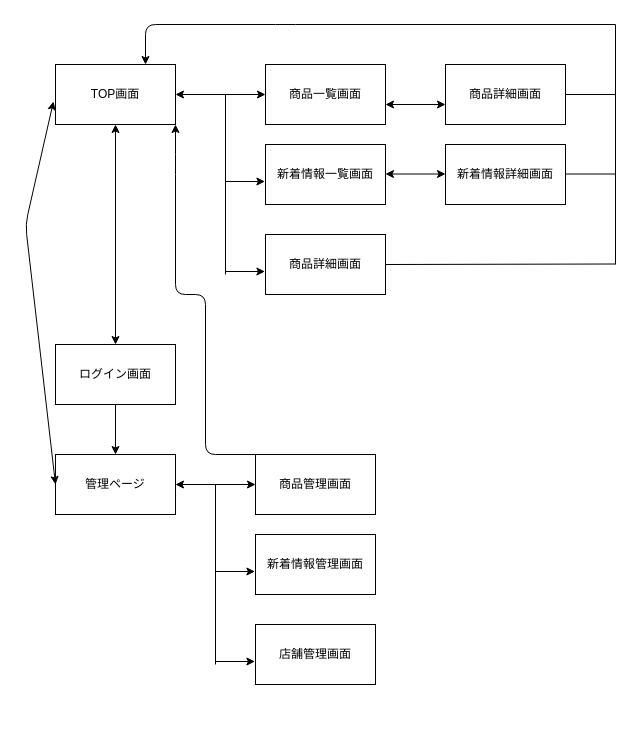
Above: config/Transition.dio in waaawoo/kuriyosi (draw.io), before the change. Source tidied: cells renumbered, new cells numbered last; positions are measured from the earlier drawing's top-left corner, leaving out a move shared by most shapes. Both pictures are drawn from the tidied source at 100%, with x=0, y=0 at pixel (25, 24).
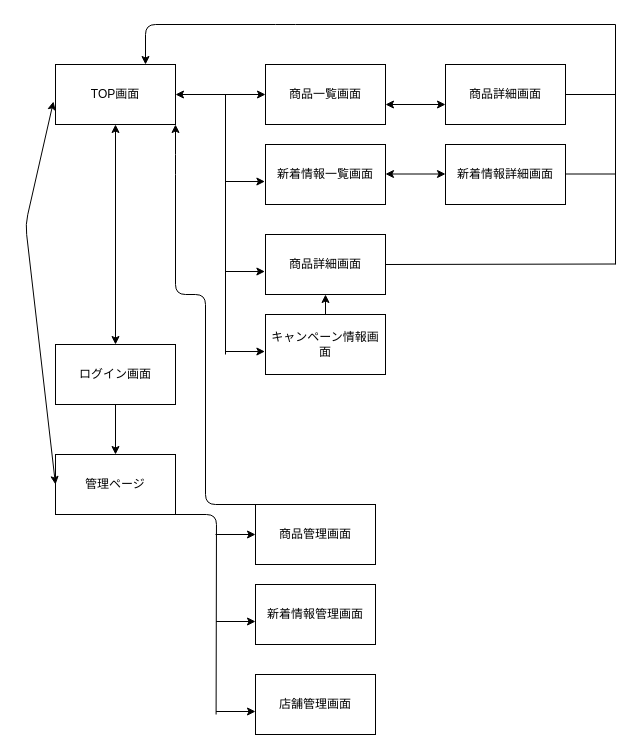
Above is the later version.

The change refers to these unchanged cells:
```xml
<mxCell id="2" value="TOP画面" style="rounded=0;whiteSpace=wrap;html=1;" parent="1" vertex="1">
  <mxGeometry x="30" y="40" width="120" height="60" as="geometry" />
</mxCell>
<mxCell id="4" value="管理ページ" style="rounded=0;whiteSpace=wrap;html=1;" parent="1" vertex="1">
  <mxGeometry x="30" y="430" width="120" height="60" as="geometry" />
</mxCell>
<mxCell id="24" value="商品詳細画面" style="rounded=0;whiteSpace=wrap;html=1;" parent="1" vertex="1">
  <mxGeometry x="240" y="210" width="120" height="60" as="geometry" />
</mxCell>
```

The edit, as a diff of the source:
```diff
@@
     <mxCell id="5" value="商品管理画面" style="rounded=0;whiteSpace=wrap;html=1;" parent="1" vertex="1">
-      <mxGeometry x="230" y="430" width="120" height="60" as="geometry" />
+      <mxGeometry x="230" y="480" width="120" height="60" as="geometry" />
     </mxCell>
@@
-    <mxCell id="9" style="endArrow=classic;startArrow=classic;html=1;exitX=1;exitY=0.5;exitDx=0;exitDy=0;entryX=0;entryY=0.5;entryDx=0;entryDy=0;" parent="1" edge="1" source="4" target="5">
-      <mxGeometry relative="1" as="geometry" />
-    </mxCell>
@@
     <mxCell id="15" style="endArrow=classic;html=1;exitX=0.5;exitY=0;exitDx=0;exitDy=0;entryX=1;entryY=1;entryDx=0;entryDy=0;" parent="1" edge="1" source="5" target="2">
       <mxGeometry relative="1" as="geometry">
         <Array as="points">
-          <mxPoint x="180" y="430" />
+          <mxPoint x="180" y="480" />
           <mxPoint x="180" y="270" />
           <mxPoint x="150" y="270" />
           <mxPoint x="150" y="140" />
         </Array>
       </mxGeometry>
     </mxCell>
@@
     <mxCell id="22" style="endArrow=none;html=1;" parent="1" edge="1">
       <mxGeometry relative="1" as="geometry">
-        <mxPoint x="200" y="250" as="sourcePoint" />
+        <mxPoint x="200" y="330" as="sourcePoint" />
         <mxPoint x="200" y="70" as="targetPoint" />
       </mxGeometry>
     </mxCell>
@@
     <mxCell id="27" value="新着情報管理画面" style="rounded=0;whiteSpace=wrap;html=1;" parent="1" vertex="1">
-      <mxGeometry x="230" y="510" width="120" height="60" as="geometry" />
+      <mxGeometry x="230" y="560" width="120" height="60" as="geometry" />
     </mxCell>
     <mxCell id="28" value="店舗管理画面" style="rounded=0;whiteSpace=wrap;html=1;" parent="1" vertex="1">
-      <mxGeometry x="230" y="600" width="120" height="60" as="geometry" />
+      <mxGeometry x="230" y="650" width="120" height="60" as="geometry" />
     </mxCell>
-    <mxCell id="29" style="endArrow=none;html=1;" parent="1" edge="1">
+    <mxCell id="29" style="endArrow=none;html=1;entryX=0.5;entryY=1;entryDx=0;entryDy=0;" parent="1" edge="1" target="4">
       <mxGeometry relative="1" as="geometry">
-        <mxPoint x="190" y="640" as="sourcePoint" />
-        <mxPoint x="190" y="460" as="targetPoint" />
+        <mxPoint x="190.6" y="690" as="sourcePoint" />
+        <Array as="points">
+          <mxPoint x="191" y="490" />
+        </Array>
       </mxGeometry>
     </mxCell>
     <mxCell id="30" style="endArrow=classic;html=1;entryX=-0.005;entryY=0.617;entryDx=0;entryDy=0;entryPerimeter=0;" parent="1" edge="1">
       <mxGeometry relative="1" as="geometry">
-        <mxPoint x="190" y="547" as="sourcePoint" />
-        <mxPoint x="229.4" y="547" as="targetPoint" />
+        <mxPoint x="190.6" y="597" as="sourcePoint" />
+        <mxPoint x="230" y="597" as="targetPoint" />
       </mxGeometry>
     </mxCell>
     <mxCell id="31" style="endArrow=classic;html=1;entryX=-0.005;entryY=0.617;entryDx=0;entryDy=0;entryPerimeter=0;" parent="1" edge="1">
       <mxGeometry relative="1" as="geometry">
-        <mxPoint x="190" y="637" as="sourcePoint" />
-        <mxPoint x="229.4" y="637" as="targetPoint" />
+        <mxPoint x="190.6" y="687" as="sourcePoint" />
+        <mxPoint x="230" y="687" as="targetPoint" />
       </mxGeometry>
     </mxCell>
+    <mxCell id="32" value="キャンペーン情報画面" style="rounded=0;whiteSpace=wrap;html=1;" parent="1" vertex="1">
+      <mxGeometry x="240" y="290" width="120" height="60" as="geometry" />
+    </mxCell>
+    <mxCell id="33" style="endArrow=classic;html=1;entryX=-0.005;entryY=0.617;entryDx=0;entryDy=0;entryPerimeter=0;" parent="1" edge="1" target="32">
+      <mxGeometry relative="1" as="geometry">
+        <mxPoint x="200" y="327" as="sourcePoint" />
+      </mxGeometry>
+    </mxCell>
+    <mxCell id="34" style="endArrow=classic;html=1;exitX=0.5;exitY=0;exitDx=0;exitDy=0;entryX=0.5;entryY=1;entryDx=0;entryDy=0;" parent="1" edge="1" source="32" target="24">
+      <mxGeometry relative="1" as="geometry">
+        <Array as="points">
+          <mxPoint x="300" y="270" />
+        </Array>
+      </mxGeometry>
+    </mxCell>
+    <mxCell id="35" style="endArrow=classic;html=1;entryX=0;entryY=0.5;entryDx=0;entryDy=0;" parent="1" edge="1" target="5">
+      <mxGeometry relative="1" as="geometry">
+        <mxPoint x="190" y="510" as="sourcePoint" />
+      </mxGeometry>
+    </mxCell>
```
